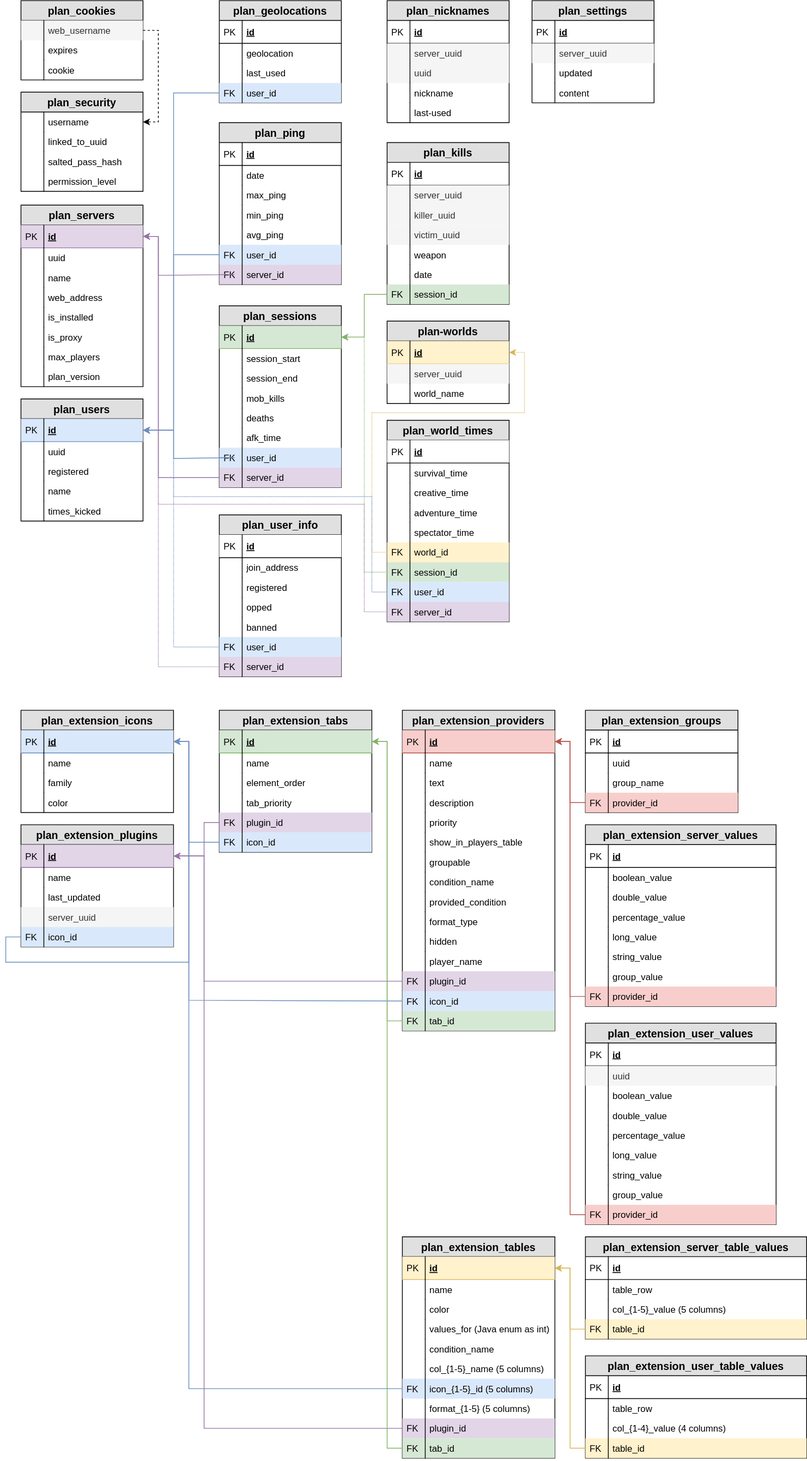
Above: Database Schema.drawio.svg in plan-player-analytics/drawio-diagrams-storage (draw.io), before the change. Source tidied: cells renumbered, new cells last; positions are measured from the earlier drawing's top-left corner, leaving out a move shared by most shapes.
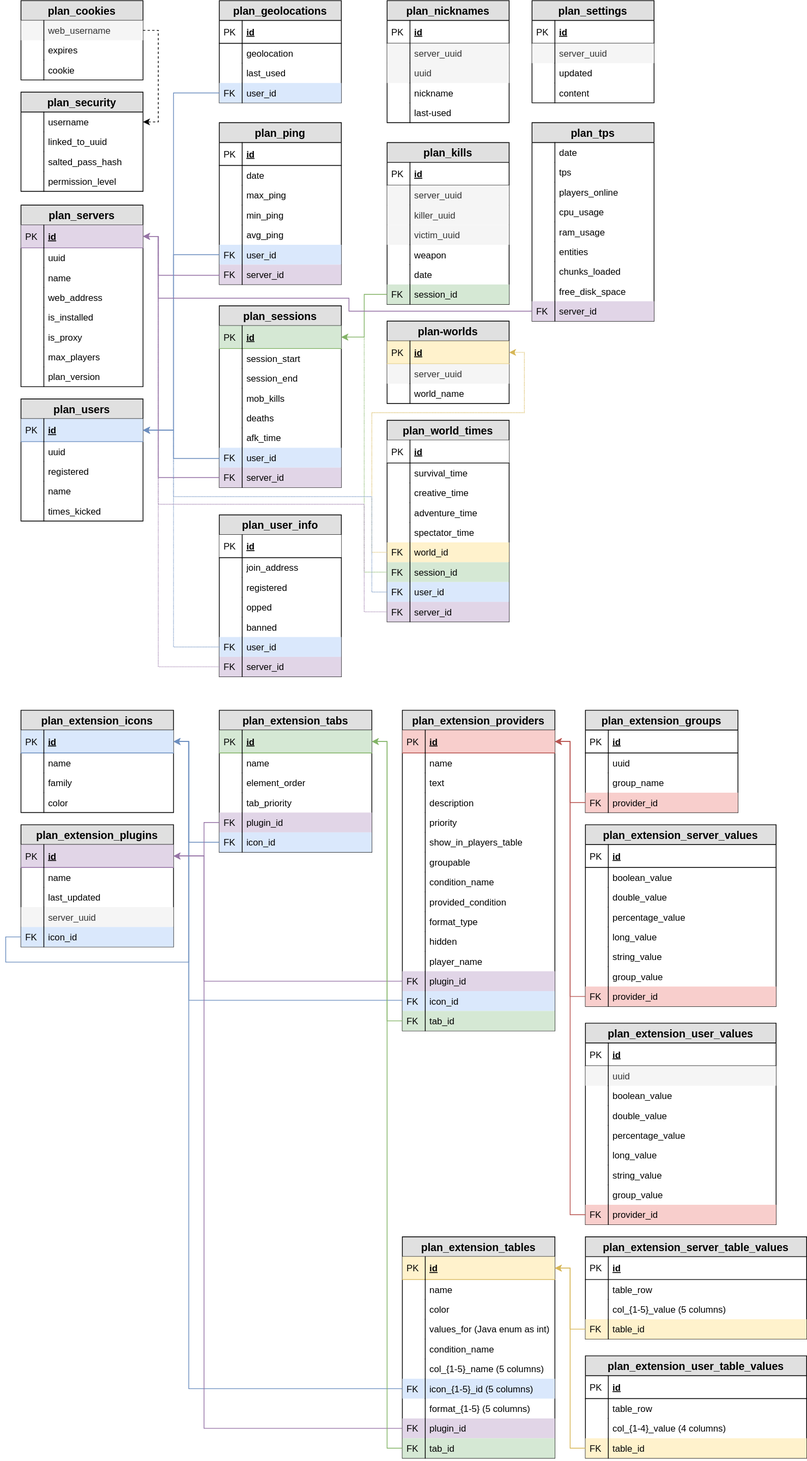
The same file after the commit.

What changed in the source:
```diff
@@ -781,7 +781,7 @@
     <mxCell id="248" style="edgeStyle=orthogonalEdgeStyle;rounded=0;jettySize=auto;html=1;exitX=0;exitY=0.5;exitDx=0;exitDy=0;entryX=1;entryY=0.5;entryDx=0;entryDy=0;fontSize=14;fillColor=#e1d5e7;strokeColor=#9673a6;" parent="1" edge="1" source="219" target="232">
       <mxGeometry relative="1" as="geometry">
         <Array as="points">
-          <mxPoint x="300" y="360" />
+          <mxPoint x="280" y="360" />
           <mxPoint x="200" y="360" />
           <mxPoint x="200" y="309" />
         </Array>
@@ -890,7 +890,7 @@
     <mxCell id="279" style="edgeStyle=orthogonalEdgeStyle;rounded=0;jettySize=auto;html=1;exitX=0;exitY=0.5;exitDx=0;exitDy=0;entryX=1;entryY=0.5;entryDx=0;entryDy=0;fontSize=14;fillColor=#dae8fc;strokeColor=#6c8ebf;" parent="1" edge="1" source="262" target="267">
       <mxGeometry relative="1" as="geometry">
         <Array as="points">
-          <mxPoint x="300" y="600" />
+          <mxPoint x="280" y="600" />
           <mxPoint x="220" y="600" />
           <mxPoint x="220" y="563" />
         </Array>
@@ -1106,5 +1106,72 @@
     <mxCell id="337" style="shape=partialRectangle;top=0;left=0;bottom=0;fillColor=none;align=left;verticalAlign=top;spacingLeft=4;spacingRight=4;overflow=hidden;" parent="336" vertex="1">
       <mxGeometry width="30" height="26" as="geometry" />
     </mxCell>
+    <mxCell id="338" value="plan_tps" style="swimlane;fontStyle=1;horizontal=1;startSize=26;fillColor=#e0e0e0;swimlaneFillColor=#ffffff;align=center;fontSize=14;" parent="1" vertex="1">
+      <mxGeometry x="690" y="160" width="160" height="260" as="geometry" />
+    </mxCell>
+    <mxCell id="339" value="date" style="shape=partialRectangle;top=0;left=0;right=0;bottom=0;align=left;verticalAlign=top;fillColor=none;spacingLeft=34;spacingRight=4;overflow=hidden;" parent="338" vertex="1">
+      <mxGeometry y="26" width="160" height="26" as="geometry" />
+    </mxCell>
+    <mxCell id="340" style="shape=partialRectangle;top=0;left=0;bottom=0;fillColor=none;align=left;verticalAlign=top;spacingLeft=4;spacingRight=4;overflow=hidden;" parent="339" vertex="1">
+      <mxGeometry width="30" height="26" as="geometry" />
+    </mxCell>
+    <mxCell id="341" value="tps" style="shape=partialRectangle;top=0;left=0;right=0;bottom=0;align=left;verticalAlign=top;fillColor=none;spacingLeft=34;spacingRight=4;overflow=hidden;" parent="338" vertex="1">
+      <mxGeometry y="52" width="160" height="26" as="geometry" />
+    </mxCell>
+    <mxCell id="342" style="shape=partialRectangle;top=0;left=0;bottom=0;fillColor=none;align=left;verticalAlign=top;spacingLeft=4;spacingRight=4;overflow=hidden;" parent="341" vertex="1">
+      <mxGeometry width="30" height="26" as="geometry" />
+    </mxCell>
+    <mxCell id="343" value="players_online" style="shape=partialRectangle;top=0;left=0;right=0;bottom=0;align=left;verticalAlign=top;fillColor=none;spacingLeft=34;spacingRight=4;overflow=hidden;" parent="338" vertex="1">
+      <mxGeometry y="78" width="160" height="26" as="geometry" />
+    </mxCell>
+    <mxCell id="344" style="shape=partialRectangle;top=0;left=0;bottom=0;fillColor=none;align=left;verticalAlign=top;spacingLeft=4;spacingRight=4;overflow=hidden;" parent="343" vertex="1">
+      <mxGeometry width="30" height="26" as="geometry" />
+    </mxCell>
+    <mxCell id="345" value="cpu_usage" style="shape=partialRectangle;top=0;left=0;right=0;bottom=0;align=left;verticalAlign=top;fillColor=none;spacingLeft=34;spacingRight=4;overflow=hidden;" parent="338" vertex="1">
+      <mxGeometry y="104" width="160" height="26" as="geometry" />
+    </mxCell>
+    <mxCell id="346" style="shape=partialRectangle;top=0;left=0;bottom=0;fillColor=none;align=left;verticalAlign=top;spacingLeft=4;spacingRight=4;overflow=hidden;" parent="345" vertex="1">
+      <mxGeometry width="30" height="26" as="geometry" />
+    </mxCell>
+    <mxCell id="347" value="ram_usage" style="shape=partialRectangle;top=0;left=0;right=0;bottom=0;align=left;verticalAlign=top;fillColor=none;spacingLeft=34;spacingRight=4;overflow=hidden;" parent="338" vertex="1">
+      <mxGeometry y="130" width="160" height="26" as="geometry" />
+    </mxCell>
+    <mxCell id="348" style="shape=partialRectangle;top=0;left=0;bottom=0;fillColor=none;align=left;verticalAlign=top;spacingLeft=4;spacingRight=4;overflow=hidden;" parent="347" vertex="1">
+      <mxGeometry width="30" height="26" as="geometry" />
+    </mxCell>
+    <mxCell id="349" value="entities" style="shape=partialRectangle;top=0;left=0;right=0;bottom=0;align=left;verticalAlign=top;fillColor=none;spacingLeft=34;spacingRight=4;overflow=hidden;" parent="338" vertex="1">
+      <mxGeometry y="156" width="160" height="26" as="geometry" />
+    </mxCell>
+    <mxCell id="350" style="shape=partialRectangle;top=0;left=0;bottom=0;fillColor=none;align=left;verticalAlign=top;spacingLeft=4;spacingRight=4;overflow=hidden;" parent="349" vertex="1">
+      <mxGeometry width="30" height="26" as="geometry" />
+    </mxCell>
+    <mxCell id="351" value="chunks_loaded" style="shape=partialRectangle;top=0;left=0;right=0;bottom=0;align=left;verticalAlign=top;fillColor=none;spacingLeft=34;spacingRight=4;overflow=hidden;" parent="338" vertex="1">
+      <mxGeometry y="182" width="160" height="26" as="geometry" />
+    </mxCell>
+    <mxCell id="352" style="shape=partialRectangle;top=0;left=0;bottom=0;fillColor=none;align=left;verticalAlign=top;spacingLeft=4;spacingRight=4;overflow=hidden;" parent="351" vertex="1">
+      <mxGeometry width="30" height="26" as="geometry" />
+    </mxCell>
+    <mxCell id="353" value="free_disk_space" style="shape=partialRectangle;top=0;left=0;right=0;bottom=0;align=left;verticalAlign=top;fillColor=none;spacingLeft=34;spacingRight=4;overflow=hidden;" parent="338" vertex="1">
+      <mxGeometry y="208" width="160" height="26" as="geometry" />
+    </mxCell>
+    <mxCell id="354" style="shape=partialRectangle;top=0;left=0;bottom=0;fillColor=none;align=left;verticalAlign=top;spacingLeft=4;spacingRight=4;overflow=hidden;" parent="353" vertex="1">
+      <mxGeometry width="30" height="26" as="geometry" />
+    </mxCell>
+    <mxCell id="355" value="server_id" style="shape=partialRectangle;top=0;left=0;right=0;bottom=0;align=left;verticalAlign=top;fillColor=#e1d5e7;spacingLeft=34;spacingRight=4;overflow=hidden;points=[[0,0.5],[1,0.5]];portConstraint=eastwest;strokeColor=#9673a6;" parent="338" vertex="1">
+      <mxGeometry y="234" width="160" height="26" as="geometry" />
+    </mxCell>
+    <mxCell id="356" value="FK" style="shape=partialRectangle;top=0;left=0;bottom=0;fillColor=none;align=left;verticalAlign=top;spacingLeft=4;spacingRight=4;overflow=hidden;" parent="355" vertex="1">
+      <mxGeometry width="30" height="26" as="geometry" />
+    </mxCell>
+    <mxCell id="357" style="edgeStyle=orthogonalEdgeStyle;rounded=0;jettySize=auto;html=1;exitX=0;exitY=0.5;exitDx=0;exitDy=0;entryX=1;entryY=0.5;entryDx=0;entryDy=0;fillColor=#e1d5e7;strokeColor=#9673a6;" parent="1" edge="1" source="355" target="232">
+      <mxGeometry relative="1" as="geometry">
+        <Array as="points">
+          <mxPoint x="450" y="407" />
+          <mxPoint x="450" y="390" />
+          <mxPoint x="200" y="390" />
+          <mxPoint x="200" y="309" />
+        </Array>
+      </mxGeometry>
+    </mxCell>
   </root>
 </mxGraphModel>
```
